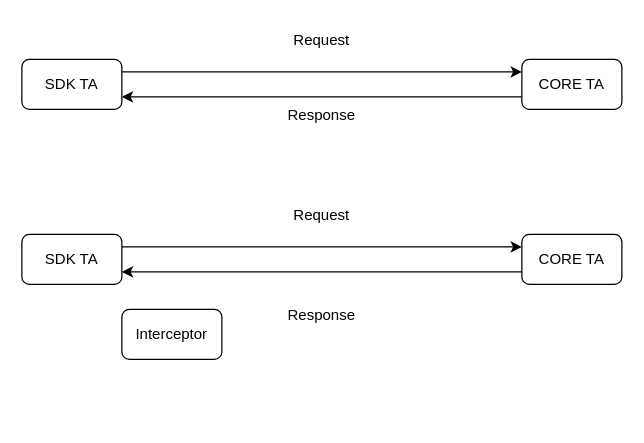
cjour/audit_logistics keeps this draw.io diagram as WLMock.drawio. Above is the earlier version. Source tidied: cells renumbered, new cells numbered last; positions are measured from the earlier drawing's top-left corner, leaving out a move shared by most shapes. Both pictures are drawn from the tidied source at 125%, with x=0, y=0 at pixel (21, 21).
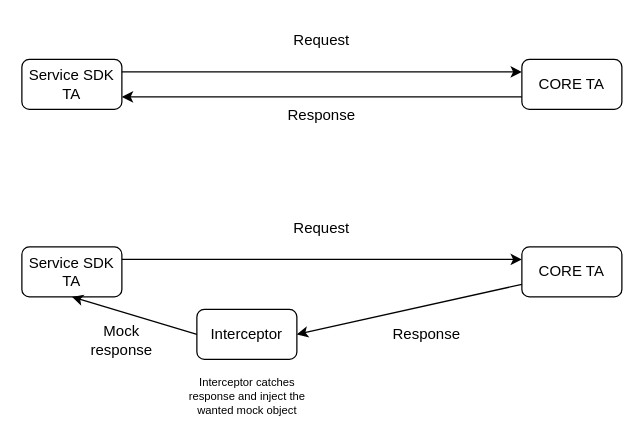
Above is the later version.

Commit message (it also covers changes not shown here):
Mettre à jour WLMock.drawio

Change to the diagram source:
```diff
@@
 <mxGraphModel>
   <root>
     <mxCell id="0" />
     <mxCell id="1" parent="0" />
-    <mxCell id="2" value="SDK TA" style="rounded=1;whiteSpace=wrap;html=1;" parent="1" vertex="1">
+    <mxCell id="2" value="Service SDK TA" style="rounded=1;whiteSpace=wrap;html=1;" parent="1" vertex="1">
       <mxGeometry y="30" width="80" height="40" as="geometry" />
     </mxCell>
     <mxCell id="3" value="CORE TA" style="rounded=1;whiteSpace=wrap;html=1;" parent="1" vertex="1">
       <mxGeometry x="400" y="30" width="80" height="40" as="geometry" />
     </mxCell>
     <mxCell id="4" style="endArrow=classic;html=1;rounded=0;entryX=0;entryY=0.25;entryDx=0;entryDy=0;exitX=1;exitY=0.25;exitDx=0;exitDy=0;" parent="1" edge="1" source="2" target="3">
       <mxGeometry relative="1" as="geometry" />
     </mxCell>
     <mxCell id="5" style="endArrow=classic;html=1;rounded=0;entryX=1;entryY=0.75;entryDx=0;entryDy=0;exitX=0;exitY=0.75;exitDx=0;exitDy=0;" parent="1" edge="1" source="3" target="2">
       <mxGeometry relative="1" as="geometry" />
     </mxCell>
     <mxCell id="6" value="Request" style="text;html=1;strokeColor=none;fillColor=none;align=center;verticalAlign=middle;whiteSpace=wrap;rounded=0;" parent="1" vertex="1">
       <mxGeometry x="210" width="60" height="30" as="geometry" />
     </mxCell>
     <mxCell id="7" value="Response" style="text;html=1;strokeColor=none;fillColor=none;align=center;verticalAlign=middle;whiteSpace=wrap;rounded=0;" parent="1" vertex="1">
       <mxGeometry x="210" y="60" width="60" height="30" as="geometry" />
     </mxCell>
-    <mxCell id="8" value="SDK TA" style="rounded=1;whiteSpace=wrap;html=1;" parent="1" vertex="1">
-      <mxGeometry y="170" width="80" height="40" as="geometry" />
+    <mxCell id="8" value="Service SDK TA" style="rounded=1;whiteSpace=wrap;html=1;" parent="1" vertex="1">
+      <mxGeometry y="180" width="80" height="40" as="geometry" />
     </mxCell>
     <mxCell id="9" value="CORE TA" style="rounded=1;whiteSpace=wrap;html=1;" parent="1" vertex="1">
-      <mxGeometry x="400" y="170" width="80" height="40" as="geometry" />
+      <mxGeometry x="400" y="180" width="80" height="40" as="geometry" />
     </mxCell>
     <mxCell id="10" style="endArrow=classic;html=1;rounded=0;entryX=0;entryY=0.25;entryDx=0;entryDy=0;exitX=1;exitY=0.25;exitDx=0;exitDy=0;" parent="1" edge="1" source="8" target="9">
       <mxGeometry relative="1" as="geometry" />
     </mxCell>
-    <mxCell id="11" style="endArrow=classic;html=1;rounded=0;entryX=1;entryY=0.75;entryDx=0;entryDy=0;exitX=0;exitY=0.75;exitDx=0;exitDy=0;" parent="1" edge="1" source="9" target="8">
+    <mxCell id="11" style="endArrow=classic;html=1;rounded=0;entryX=1;entryY=0.5;entryDx=0;entryDy=0;exitX=0;exitY=0.75;exitDx=0;exitDy=0;" parent="1" edge="1" source="9" target="14">
       <mxGeometry relative="1" as="geometry" />
     </mxCell>
     <mxCell id="12" value="Request" style="text;html=1;strokeColor=none;fillColor=none;align=center;verticalAlign=middle;whiteSpace=wrap;rounded=0;" parent="1" vertex="1">
-      <mxGeometry x="210" y="140" width="60" height="30" as="geometry" />
+      <mxGeometry x="210" y="150" width="60" height="30" as="geometry" />
     </mxCell>
     <mxCell id="13" value="Response" style="text;html=1;strokeColor=none;fillColor=none;align=center;verticalAlign=middle;whiteSpace=wrap;rounded=0;" parent="1" vertex="1">
-      <mxGeometry x="210" y="220" width="60" height="30" as="geometry" />
+      <mxGeometry x="294" y="235" width="60" height="30" as="geometry" />
     </mxCell>
     <mxCell id="14" value="Interceptor" style="rounded=1;whiteSpace=wrap;html=1;" parent="1" vertex="1">
-      <mxGeometry x="80" y="230" width="80" height="40" as="geometry" />
+      <mxGeometry x="140" y="230" width="80" height="40" as="geometry" />
     </mxCell>
+    <mxCell id="15" value="&lt;font style=&quot;font-size: 9px;&quot;&gt;Interceptor catches response and inject the wanted mock object&lt;/font&gt;" style="text;html=1;strokeColor=none;fillColor=none;align=center;verticalAlign=middle;whiteSpace=wrap;rounded=0;fontSize=4;strokeWidth=5;" parent="1" vertex="1">
+      <mxGeometry x="127.5" y="280" width="105" height="40" as="geometry" />
+    </mxCell>
+    <mxCell id="16" style="endArrow=classic;html=1;rounded=0;entryX=0.5;entryY=1;entryDx=0;entryDy=0;exitX=0;exitY=0.5;exitDx=0;exitDy=0;" parent="1" edge="1" source="14" target="8">
+      <mxGeometry relative="1" as="geometry" />
+    </mxCell>
+    <mxCell id="17" value="Mock response" style="text;html=1;strokeColor=none;fillColor=none;align=center;verticalAlign=middle;whiteSpace=wrap;rounded=0;" parent="1" vertex="1">
+      <mxGeometry x="50" y="240" width="60" height="30" as="geometry" />
+    </mxCell>
   </root>
 </mxGraphModel>
```
